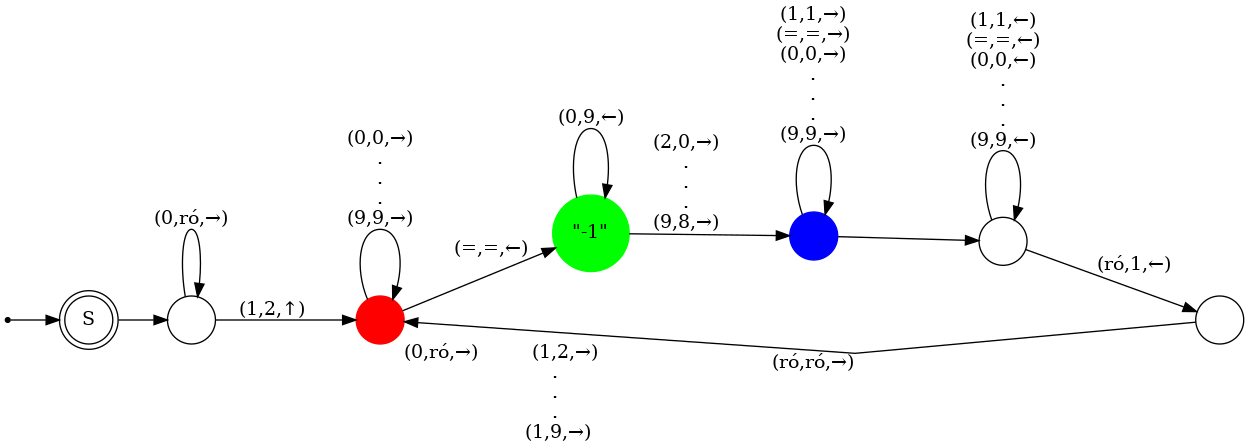
krook1024-uni-archive/textbook keeps this Graphviz diagram as pictures/Turing.png. Above is the earlier version. Its source is kept beside it as pictures/turing.gv.
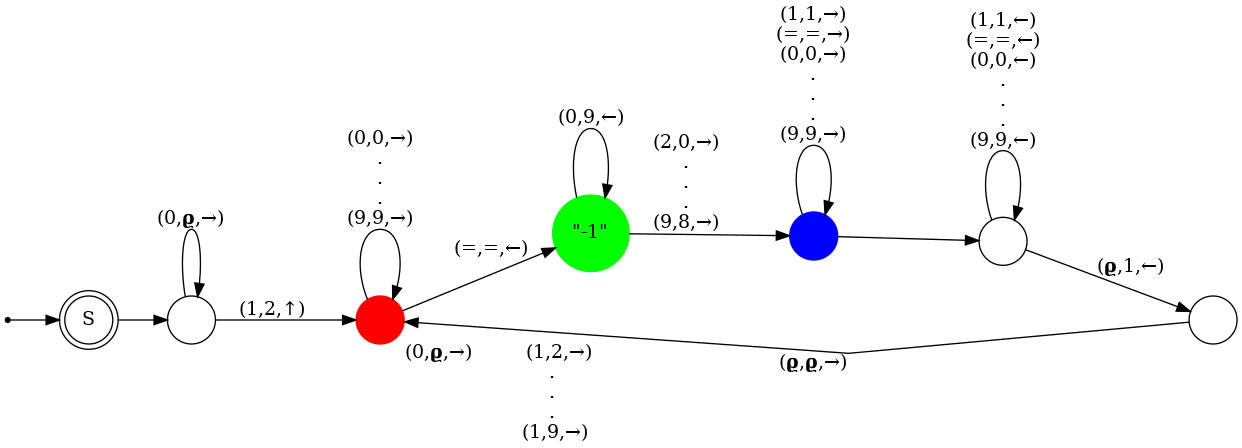
The same file after the commit.

Change to the diagram source:
```diff
@@ -15,10 +15,10 @@
 	q2 -> q3 [ label = "(=,=,←)" ];
 	q3 -> q4 [ label = "(2,0,→)\n.\n.\n.\n(9,8,→)" ];
 	q4 -> q5 [ label = "" ];
-	q5 -> q6 [ label = "(ró,1,←)" ];
-	q6 -> q2 [ headlabel="\n(0,ró,→)         (1,2,→)\n                  .\n\                  .\n                  .\n                   (1,9,→)" label = "(ró,ró,→)" ];
+	q5 -> q6 [ label = "(𝛠,1,←)" ];
+	q6 -> q2 [ headlabel="\n(0,𝛠,→)         (1,2,→)\n                  .\n\                  .\n                  .\n                   (1,9,→)" label = "(𝛠,𝛠,→)" ];
 
-	q1->q1 [ label = "(0,ró,→)" ];
+	q1->q1 [ label = "(0,𝛠,→)" ];
 	q2->q2 [ label = "(0,0,→)\n.\n.\n.\n(9,9,→)" ];
 	q3->q3 [ label = "(0,9,←)" ];
 	q4->q4 [ label = "(1,1,→)\n(=,=,→)\n(0,0,→)\n.\n.\n.\n(9,9,→)" ];
```
